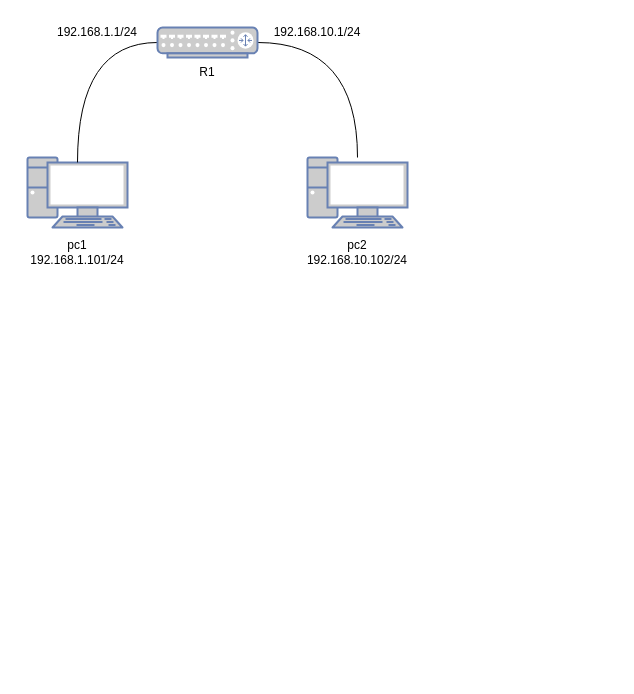
The draw.io diagram page "router" (10 of 12) of network_trainning.drawio in garryfan2013/network_trainning, before the edit. Source tidied: cells renumbered, new cells numbered last; positions are measured from the earlier drawing's top-left corner, leaving out a move shared by most shapes. Both pictures are drawn from the tidied source at 100%, with x=0, y=0 at pixel (17, 17).
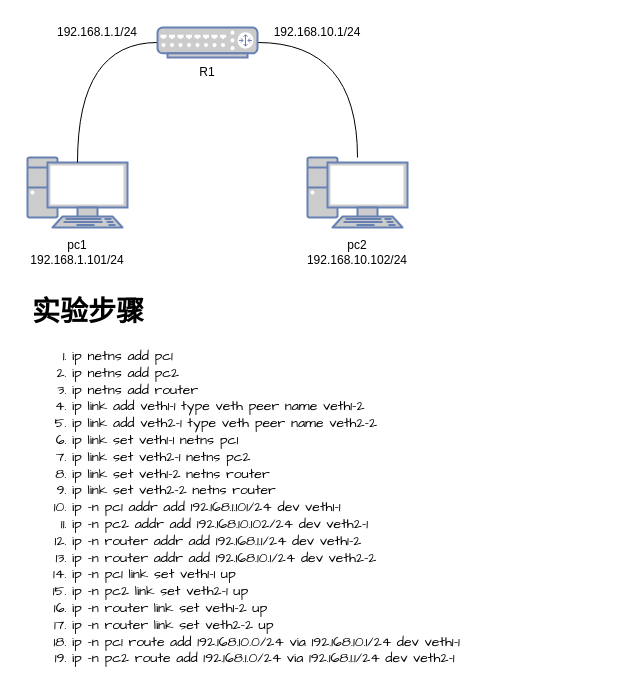
Above is the later version.

Commit message (it also covers changes not shown here):
fix ip link set netns error

The edit, as a diff of the source:
```diff
@@
 <mxGraphModel>
   <root>
     <mxCell id="0" />
     <mxCell id="1" parent="0" />
     <mxCell id="2" style="fontColor=#0066CC;verticalAlign=top;verticalLabelPosition=bottom;labelPosition=center;align=center;html=1;outlineConnect=0;fillColor=#CCCCCC;strokeColor=#6881B3;gradientColor=none;gradientDirection=north;strokeWidth=2;shape=mxgraph.networks.pc;" parent="1" vertex="1">
       <mxGeometry x="10" y="140" width="100" height="70" as="geometry" />
     </mxCell>
     <mxCell id="3" style="fontColor=#0066CC;verticalAlign=top;verticalLabelPosition=bottom;labelPosition=center;align=center;html=1;outlineConnect=0;fillColor=#CCCCCC;strokeColor=#6881B3;gradientColor=none;gradientDirection=north;strokeWidth=2;shape=mxgraph.networks.pc;" parent="1" vertex="1">
       <mxGeometry x="290" y="140" width="100" height="70" as="geometry" />
     </mxCell>
     <mxCell id="4" style="rounded=0;jettySize=auto;html=1;entryX=0.5;entryY=0.07;entryDx=0;entryDy=0;entryPerimeter=0;elbow=vertical;edgeStyle=orthogonalEdgeStyle;curved=1;endArrow=none;endFill=0;exitX=0;exitY=0.5;exitDx=0;exitDy=0;exitPerimeter=0;" parent="1" edge="1" source="9" target="2">
       <mxGeometry relative="1" as="geometry" />
     </mxCell>
     <mxCell id="5" style="edgeStyle=orthogonalEdgeStyle;rounded=0;jettySize=auto;elbow=vertical;html=1;exitX=1;exitY=0.5;exitDx=0;exitDy=0;exitPerimeter=0;endArrow=none;endFill=0;curved=1;" parent="1" edge="1" source="9" target="3">
       <mxGeometry relative="1" as="geometry" />
     </mxCell>
     <mxCell id="6" value="192.168.1.1/24" style="text;html=1;strokeColor=none;fillColor=none;align=center;verticalAlign=middle;whiteSpace=wrap;rounded=0;dashed=1;" parent="1" vertex="1">
       <mxGeometry x="20" width="120" height="30" as="geometry" />
     </mxCell>
     <mxCell id="7" value="pc1&lt;br&gt;192.168.1.101/24" style="text;html=1;strokeColor=none;fillColor=none;align=center;verticalAlign=middle;whiteSpace=wrap;rounded=0;dashed=1;" parent="1" vertex="1">
       <mxGeometry y="220" width="120" height="30" as="geometry" />
     </mxCell>
     <mxCell id="8" value="pc2&lt;br&gt;192.168.10.102/24" style="text;html=1;strokeColor=none;fillColor=none;align=center;verticalAlign=middle;whiteSpace=wrap;rounded=0;dashed=1;" parent="1" vertex="1">
       <mxGeometry x="280" y="220" width="120" height="30" as="geometry" />
     </mxCell>
     <mxCell id="9" style="fontColor=#0066CC;verticalAlign=top;verticalLabelPosition=bottom;labelPosition=center;align=center;html=1;outlineConnect=0;fillColor=#CCCCCC;strokeColor=#6881B3;gradientColor=none;gradientDirection=north;strokeWidth=2;shape=mxgraph.networks.router;" parent="1" vertex="1">
       <mxGeometry x="140" y="10" width="100" height="30" as="geometry" />
     </mxCell>
     <mxCell id="10" value="192.168.10.1/24" style="text;html=1;strokeColor=none;fillColor=none;align=center;verticalAlign=middle;whiteSpace=wrap;rounded=0;dashed=1;" parent="1" vertex="1">
       <mxGeometry x="240" width="120" height="30" as="geometry" />
     </mxCell>
     <mxCell id="11" value="R1" style="text;html=1;strokeColor=none;fillColor=none;align=center;verticalAlign=middle;whiteSpace=wrap;rounded=0;dashed=1;" parent="1" vertex="1">
       <mxGeometry x="130" y="40" width="120" height="30" as="geometry" />
     </mxCell>
+    <mxCell id="12" value="&lt;h1&gt;实验步骤&lt;/h1&gt;&lt;p&gt;&lt;/p&gt;&lt;ol&gt;&lt;li&gt;ip netns add pc1&lt;/li&gt;&lt;li&gt;ip netns add pc2&lt;/li&gt;&lt;li&gt;ip netns add router&lt;/li&gt;&lt;li&gt;ip link add veth1-1 type veth peer name veth1-2&lt;/li&gt;&lt;li&gt;ip link add veth2-1 type veth peer name veth2-2&lt;/li&gt;&lt;li&gt;ip link set veth1-1 netns pc1&lt;/li&gt;&lt;li&gt;ip link set veth2-1 netns pc2&lt;/li&gt;&lt;li&gt;ip link set veth1-2 netns router&lt;/li&gt;&lt;li&gt;ip link set veth2-2 netns router&lt;/li&gt;&lt;li&gt;ip -n pc1 addr add 192.168.1.101/24 dev veth1-1&lt;/li&gt;&lt;li&gt;ip -n pc2 addr add 192.168.10.102/24 dev veth2-1&lt;/li&gt;&lt;li&gt;ip -n router addr add 192.168.1.1/24 dev veth1-2&lt;/li&gt;&lt;li&gt;ip -n router addr add 192.168.10.1/24 dev veth2-2&lt;/li&gt;&lt;li&gt;ip -n pc1 link set veth1-1 up&lt;/li&gt;&lt;li&gt;ip -n pc2 link set veth2-1 up&lt;/li&gt;&lt;li&gt;ip -n router link set veth1-2 up&lt;/li&gt;&lt;li&gt;ip -n router link set veth2-2 up&lt;/li&gt;&lt;li&gt;ip -n pc1 route add 192.168.10.0/24 via 192.168.10.1/24 dev veth1-1&lt;/li&gt;&lt;li&gt;ip -n pc2 route add 192.168.1.0/24 via 192.168.1.1/24 dev veth2-1&lt;/li&gt;&lt;/ol&gt;&lt;p&gt;&lt;/p&gt;" style="text;html=1;strokeColor=none;fillColor=none;spacing=5;spacingTop=-20;whiteSpace=wrap;overflow=hidden;rounded=0;fontFamily=Comic Sans MS;fontSize=14;" parent="1" vertex="1">
+      <mxGeometry x="10" y="270" width="590" height="390" as="geometry" />
+    </mxCell>
   </root>
 </mxGraphModel>
```
